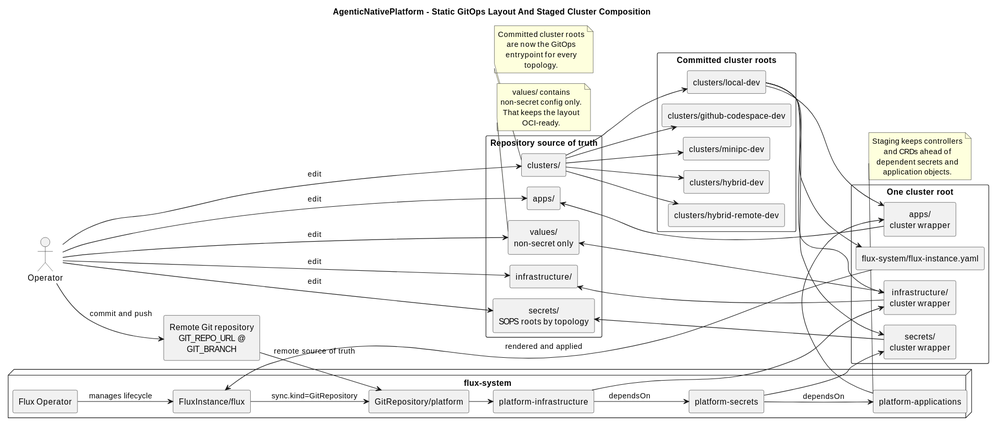
Before: .assets/architecture-current-profiles.svg, a diagram exported from PlantUML (Shkirmantsev/AgenticNativePlatform).
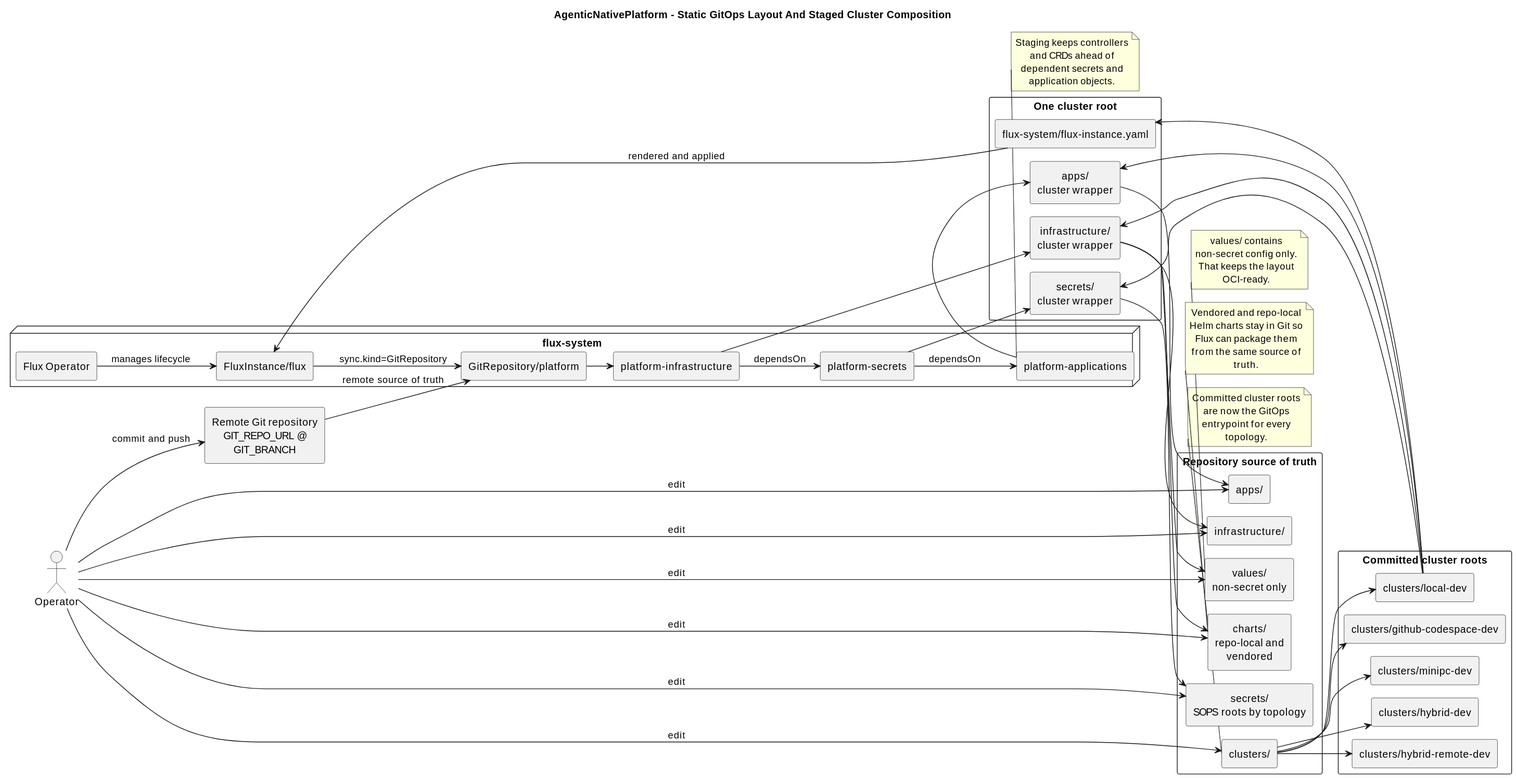
Above is the later version.

Change to the diagram source:
```diff
@@ -17,6 +17,7 @@
   component "clusters/" as RepoClusters
   component "infrastructure/" as RepoInfrastructure
   component "apps/" as RepoApps
+  component "charts/\nrepo-local and vendored" as RepoCharts
   component "values/\nnon-secret only" as RepoValues
   component "secrets/\nSOPS roots by topology" as RepoSecrets
 }
@@ -48,6 +49,7 @@
 Operator --> RepoClusters : edit
 Operator --> RepoInfrastructure : edit
 Operator --> RepoApps : edit
+Operator --> RepoCharts : edit
 Operator --> RepoValues : edit
 Operator --> RepoSecrets : edit
 Operator --> RemoteRepo : commit and push
@@ -77,6 +79,7 @@
 PlatformApplications --> ClusterApps
 
 ClusterInfrastructure --> RepoInfrastructure
+ClusterInfrastructure --> RepoCharts
 ClusterInfrastructure --> RepoValues
 ClusterSecrets --> RepoSecrets
 ClusterApps --> RepoApps
@@ -95,4 +98,9 @@
 Staging keeps controllers and CRDs ahead of
 dependent secrets and application objects.
 end note
+
+note bottom of RepoCharts
+Vendored and repo-local Helm charts stay in Git so
+Flux can package them from the same source of truth.
+end note
 @enduml
```
